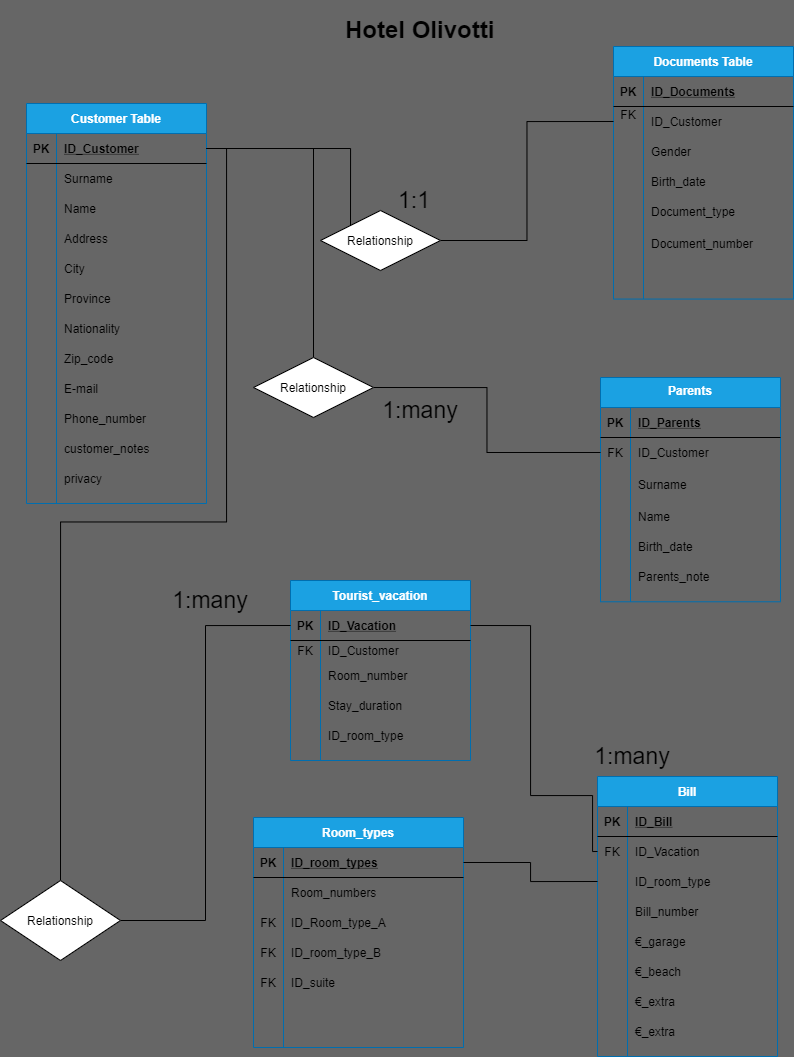
Above: hotel.png in FraOliv/db-first (draw.io), before the change. Source tidied: cells renumbered, new cells last; positions are measured from the earlier drawing's top-left corner, leaving out a move shared by most shapes.
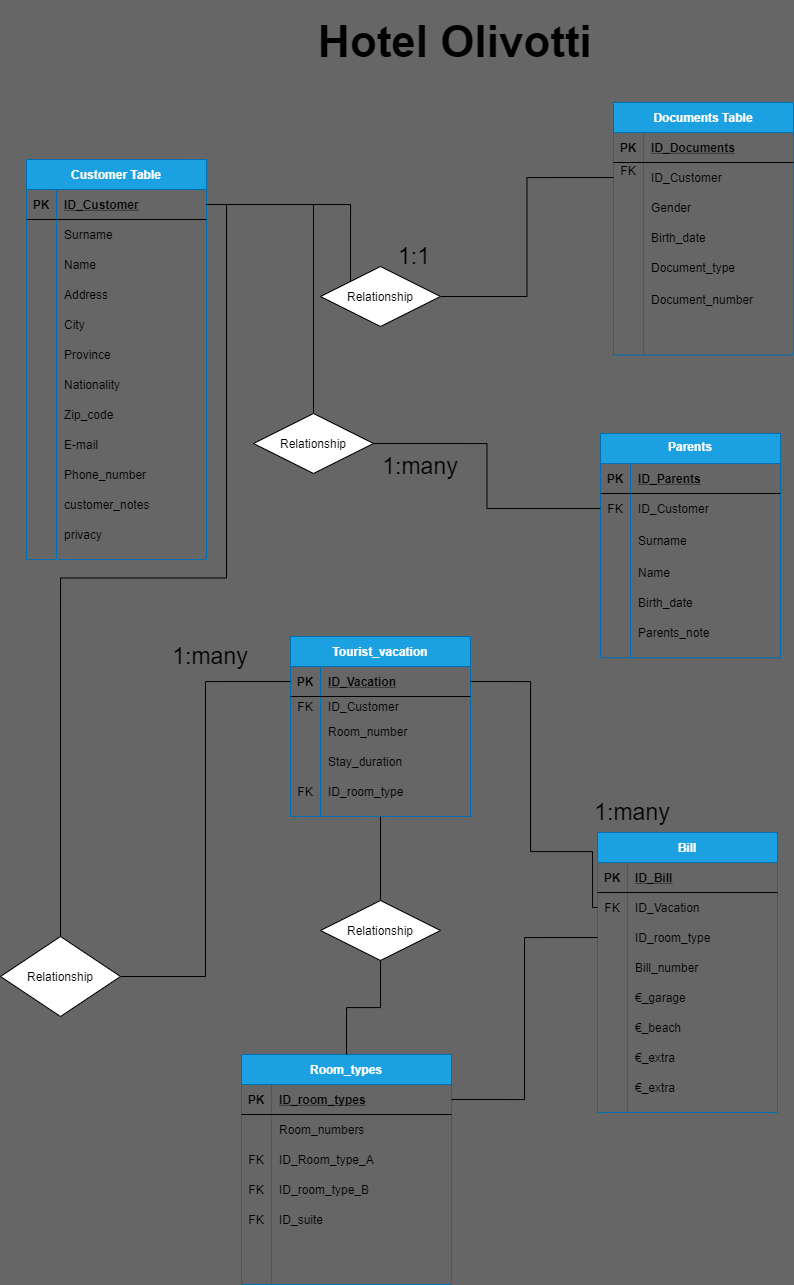
Above is the later version.

What changed in the source:
```diff
@@ -2,8 +2,8 @@
   <root>
     <mxCell id="0" />
     <mxCell id="1" parent="0" />
-    <mxCell id="2" value="&lt;h1&gt;Hotel Olivotti&lt;/h1&gt;" style="text;html=1;strokeColor=none;fillColor=none;spacing=5;spacingTop=-20;whiteSpace=wrap;overflow=hidden;rounded=0;" parent="1" vertex="1">
-      <mxGeometry x="340" width="230" height="80" as="geometry" />
+    <mxCell id="2" value="&lt;h1&gt;&lt;font style=&quot;font-size: 44px&quot;&gt;Hotel Olivotti&lt;/font&gt;&lt;/h1&gt;" style="text;html=1;strokeColor=none;fillColor=none;spacing=5;spacingTop=-20;whiteSpace=wrap;overflow=hidden;rounded=0;" parent="1" vertex="1">
+      <mxGeometry x="313" y="-56" width="292" height="121" as="geometry" />
     </mxCell>
     <mxCell id="3" value="Customer Table" style="shape=table;startSize=30;rowLines=0;fontStyle=1;align=center;fillColor=#1ba1e2;strokeColor=#006EAF;fontColor=#ffffff;" parent="1" vertex="1">
       <mxGeometry x="26" y="93" width="180" height="400" as="geometry" />
@@ -305,7 +305,7 @@
     <mxCell id="102" style="shape=partialRectangle;fillColor=none;top=0;left=0;bottom=0;right=0;" parent="89" vertex="1">
       <mxGeometry y="140" width="180" height="30" as="geometry" />
     </mxCell>
-    <mxCell id="103" style="shape=partialRectangle;fillColor=none;top=0;left=0;bottom=0;right=0;overflow=hidden;" parent="102" vertex="1">
+    <mxCell id="103" value="FK" style="shape=partialRectangle;fillColor=none;top=0;left=0;bottom=0;right=0;overflow=hidden;" parent="102" vertex="1">
       <mxGeometry width="30" height="30" as="geometry" />
     </mxCell>
     <mxCell id="104" value="ID_room_type" style="shape=partialRectangle;fillColor=none;top=0;left=0;bottom=0;right=0;align=left;spacingLeft=6;overflow=hidden;" parent="102" vertex="1">
@@ -412,7 +412,7 @@
       <mxGeometry x="597" y="706" width="70" height="80" as="geometry" />
     </mxCell>
     <mxCell id="136" value="Room_types" style="shape=table;startSize=30;rowLines=0;fontStyle=1;align=center;fillColor=#1ba1e2;strokeColor=#006EAF;fontColor=#ffffff;" parent="1" vertex="1">
-      <mxGeometry x="253" y="807" width="210" height="230" as="geometry" />
+      <mxGeometry x="241" y="988" width="210" height="230" as="geometry" />
     </mxCell>
     <mxCell id="137" style="shape=partialRectangle;fillColor=none;top=0;left=0;bottom=1;right=0;points=[[0,0.5],[1,0.5]];portConstraint=eastwest;" parent="136" vertex="1">
       <mxGeometry y="30" width="210" height="30" as="geometry" />
@@ -462,5 +462,14 @@
     <mxCell id="152" style="edgeStyle=orthogonalEdgeStyle;rounded=0;jettySize=auto;html=1;exitX=0;exitY=0.5;exitDx=0;exitDy=0;entryX=1;entryY=0.5;entryDx=0;entryDy=0;endArrow=none;endFill=0;" parent="1" edge="1" source="115" target="137">
       <mxGeometry relative="1" as="geometry" />
     </mxCell>
+    <mxCell id="153" style="edgeStyle=orthogonalEdgeStyle;rounded=0;jettySize=auto;html=1;exitX=0.5;exitY=0;exitDx=0;exitDy=0;entryX=0.5;entryY=1;entryDx=0;entryDy=0;endArrow=none;endFill=0;" parent="1" edge="1" source="155" target="89">
+      <mxGeometry relative="1" as="geometry" />
+    </mxCell>
+    <mxCell id="154" style="edgeStyle=orthogonalEdgeStyle;rounded=0;jettySize=auto;html=1;exitX=0.5;exitY=1;exitDx=0;exitDy=0;entryX=0.5;entryY=0;entryDx=0;entryDy=0;endArrow=none;endFill=0;" parent="1" edge="1" source="155" target="136">
+      <mxGeometry relative="1" as="geometry" />
+    </mxCell>
+    <mxCell id="155" value="Relationship" style="shape=rhombus;perimeter=rhombusPerimeter;whiteSpace=wrap;html=1;align=center;" parent="1" vertex="1">
+      <mxGeometry x="320" y="834" width="120" height="60" as="geometry" />
+    </mxCell>
   </root>
 </mxGraphModel>
```
